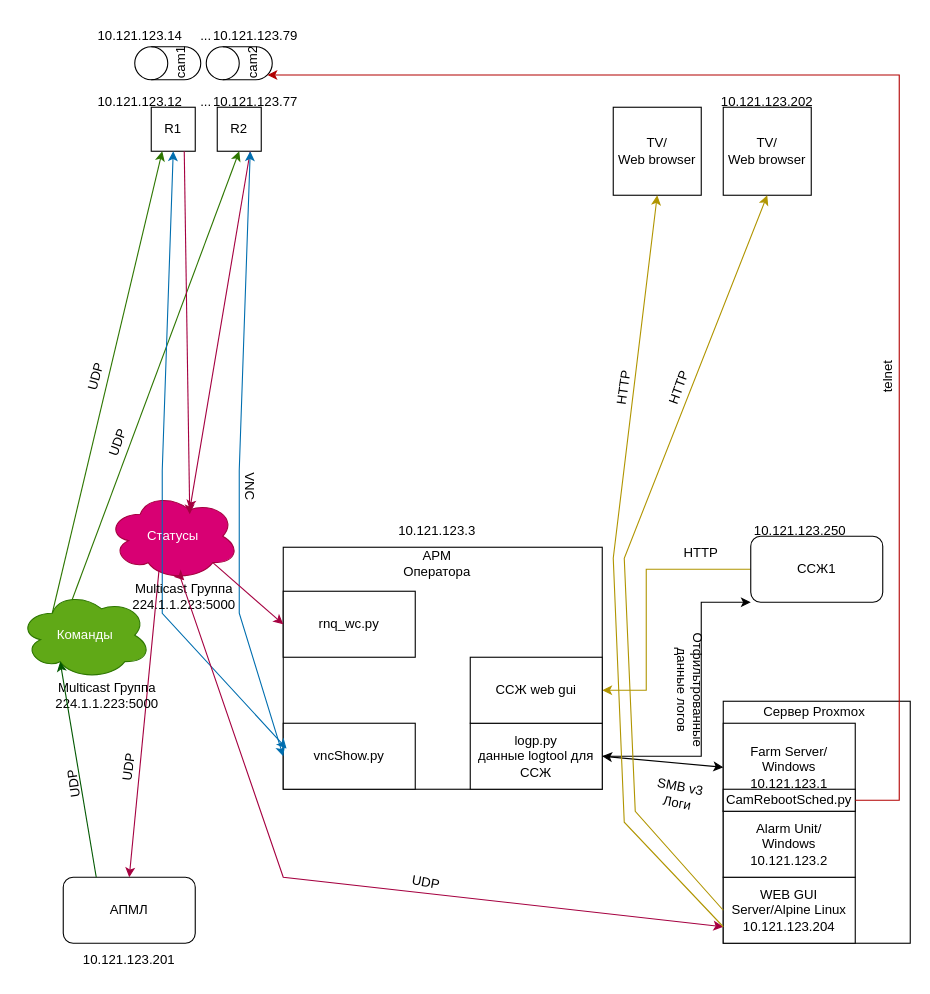
megavad/Diagrams keeps this draw.io diagram as Urozhay.drawio. Above is the earlier version. Source tidied: cells renumbered, new cells numbered last; positions are measured from the earlier drawing's top-left corner, leaving out a move shared by most shapes. Both pictures are drawn from the tidied source at 110%, with x=0, y=0 at pixel (19, 19).
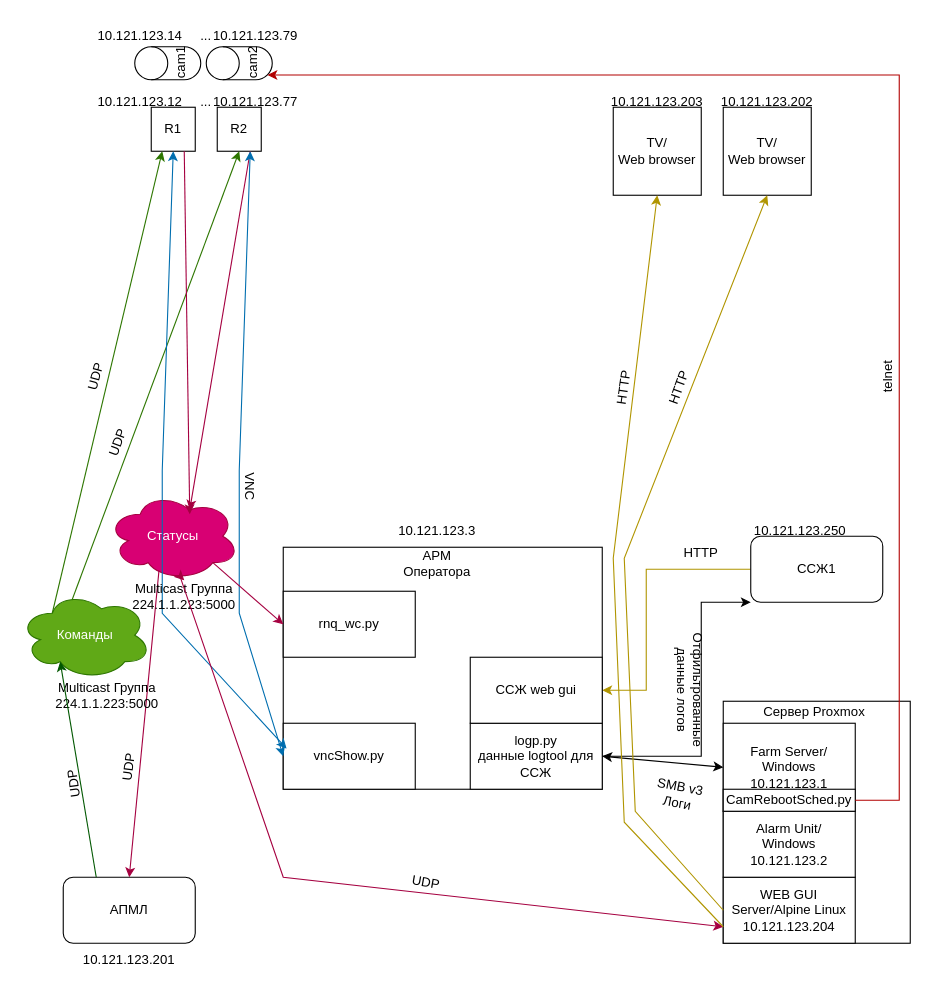
The same diagram, later.

The edit, as a diff of the source:
```diff
@@
+    <mxCell id="65" value="10.121.123.203" style="text;html=1;whiteSpace=wrap;strokeColor=none;fillColor=none;align=center;verticalAlign=middle;rounded=0;" parent="1" vertex="1">
+      <mxGeometry x="550" y="60" width="60" height="30" as="geometry" />
+    </mxCell>
```
